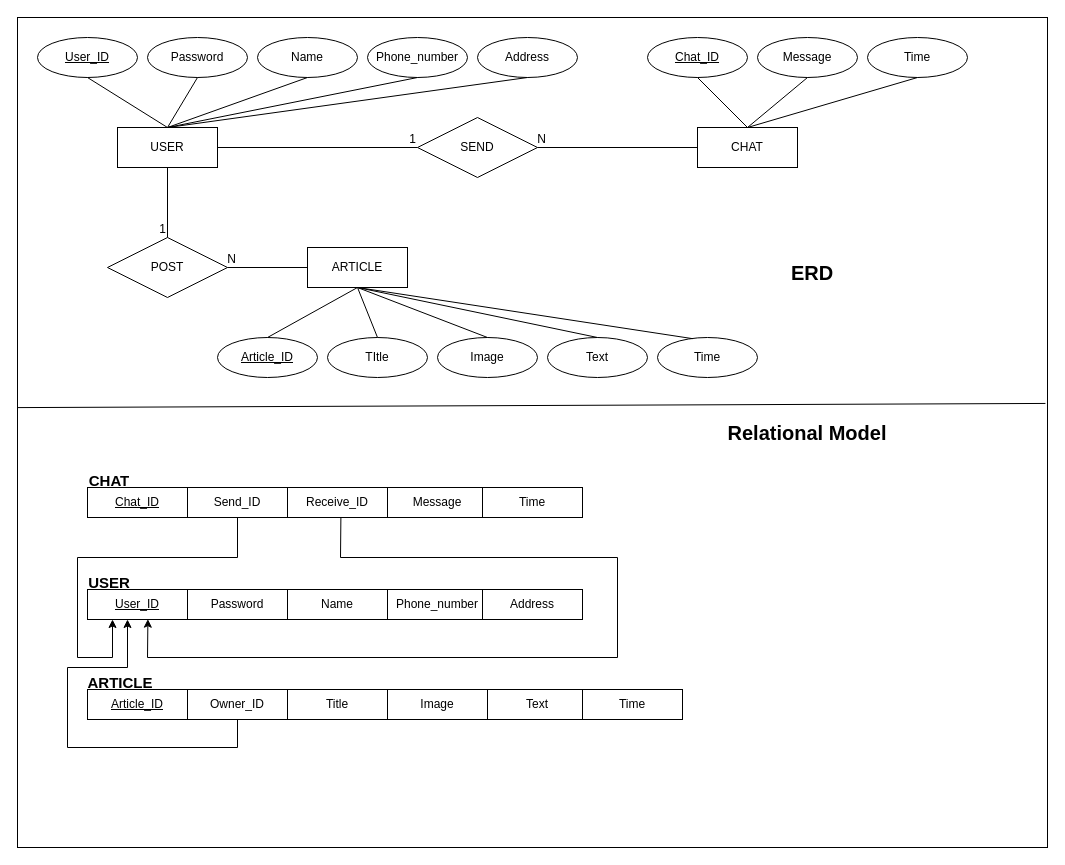
Above: Design/Data/EntityRelationshipDiagram.drawio in wjdfo/softwareDesign (draw.io), before the change. Source tidied: cells renumbered, new cells numbered last; positions are measured from the earlier drawing's top-left corner, leaving out a move shared by most shapes. Both pictures are drawn from the tidied source at 100%, with x=0, y=0 at pixel (17, 17).
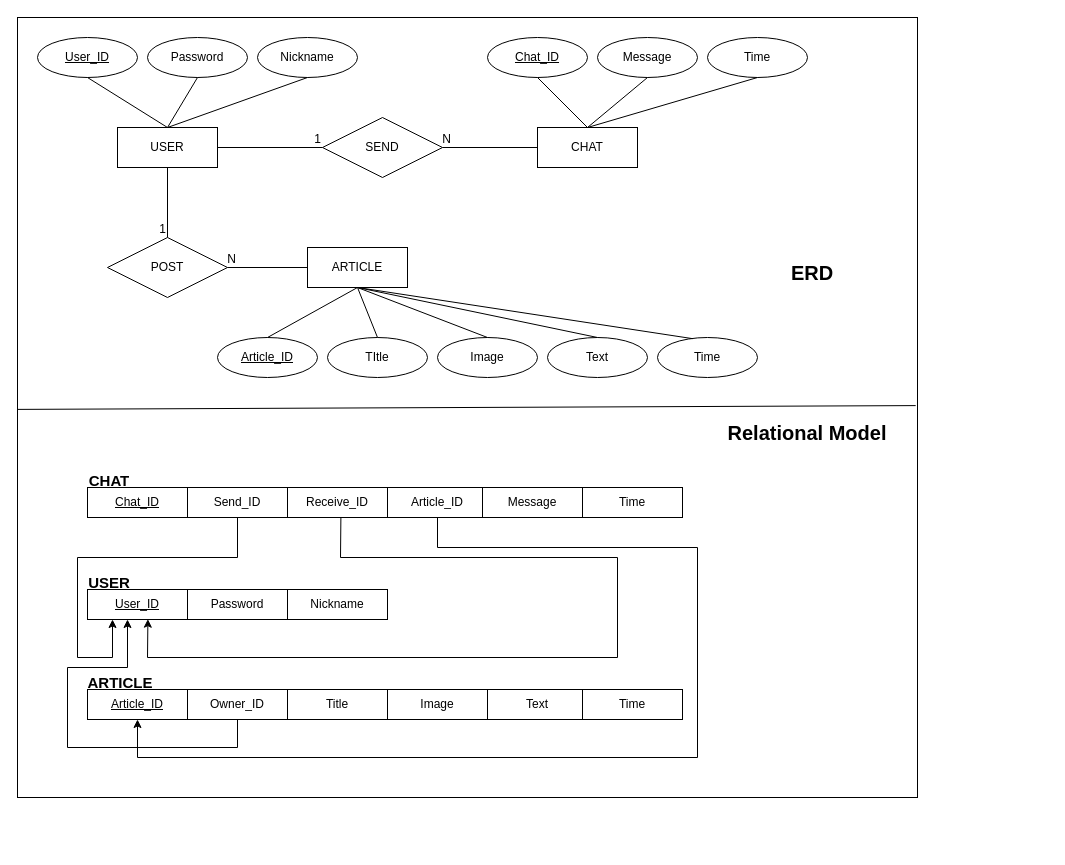
The same page after the edit.

The change refers to these unchanged cells:
```xml
<mxCell id="3" value="USER" style="whiteSpace=wrap;html=1;align=center;" parent="1" vertex="1">
  <mxGeometry x="100" y="110" width="100" height="40" as="geometry" />
</mxCell>
<mxCell id="55" value="&lt;u&gt;Article_ID&lt;/u&gt;" style="rounded=0;whiteSpace=wrap;html=1;" parent="1" vertex="1">
  <mxGeometry x="70" y="672" width="100" height="30" as="geometry" />
</mxCell>
```

Change to the diagram source:
```diff
@@
     <mxCell id="2" style="rounded=0;whiteSpace=wrap;html=1;" parent="1" vertex="1">
-      <mxGeometry width="1030" height="830" as="geometry" />
+      <mxGeometry width="900" height="780" as="geometry" />
     </mxCell>
@@
     <mxCell id="4" value="CHAT" style="whiteSpace=wrap;html=1;align=center;" parent="1" vertex="1">
-      <mxGeometry x="680" y="110" width="100" height="40" as="geometry" />
+      <mxGeometry x="520" y="110" width="100" height="40" as="geometry" />
     </mxCell>
@@
     <mxCell id="6" value="SEND" style="shape=rhombus;perimeter=rhombusPerimeter;whiteSpace=wrap;html=1;align=center;" parent="1" vertex="1">
-      <mxGeometry x="400" y="100" width="120" height="60" as="geometry" />
+      <mxGeometry x="305" y="100" width="120" height="60" as="geometry" />
     </mxCell>
@@
     <mxCell id="24" value="Message" style="ellipse;whiteSpace=wrap;html=1;align=center;" parent="1" vertex="1">
-      <mxGeometry x="740" y="20" width="100" height="40" as="geometry" />
+      <mxGeometry x="580" y="20" width="100" height="40" as="geometry" />
     </mxCell>
     <mxCell id="25" value="Chat_ID" style="ellipse;whiteSpace=wrap;html=1;align=center;fontStyle=4;" parent="1" vertex="1">
-      <mxGeometry x="630" y="20" width="100" height="40" as="geometry" />
+      <mxGeometry x="470" y="20" width="100" height="40" as="geometry" />
     </mxCell>
@@
     <mxCell id="28" value="Time" style="ellipse;whiteSpace=wrap;html=1;align=center;" parent="1" vertex="1">
-      <mxGeometry x="850" y="20" width="100" height="40" as="geometry" />
+      <mxGeometry x="690" y="20" width="100" height="40" as="geometry" />
     </mxCell>
@@
-    <mxCell id="32" value="Name" style="ellipse;whiteSpace=wrap;html=1;align=center;" parent="1" vertex="1">
+    <mxCell id="32" value="Nickname" style="ellipse;whiteSpace=wrap;html=1;align=center;" parent="1" vertex="1">
       <mxGeometry x="240" y="20" width="100" height="40" as="geometry" />
     </mxCell>
-    <mxCell id="33" value="Phone_number" style="ellipse;whiteSpace=wrap;html=1;align=center;" parent="1" vertex="1">
-      <mxGeometry x="350" y="20" width="100" height="40" as="geometry" />
-    </mxCell>
-    <mxCell id="34" value="Address" style="ellipse;whiteSpace=wrap;html=1;align=center;" parent="1" vertex="1">
-      <mxGeometry x="460" y="20" width="100" height="40" as="geometry" />
-    </mxCell>
@@
-    <mxCell id="38" style="endArrow=none;html=1;rounded=0;exitX=0.5;exitY=0;exitDx=0;exitDy=0;entryX=0.5;entryY=1;entryDx=0;entryDy=0;" parent="1" edge="1" source="3" target="33">
-      <mxGeometry relative="1" as="geometry" />
-    </mxCell>
-    <mxCell id="39" style="endArrow=none;html=1;rounded=0;exitX=0.5;exitY=0;exitDx=0;exitDy=0;entryX=0.5;entryY=1;entryDx=0;entryDy=0;" parent="1" edge="1" source="3" target="34">
-      <mxGeometry relative="1" as="geometry" />
-    </mxCell>
@@
-    <mxCell id="41" style="endArrow=none;html=1;rounded=0;exitX=0;exitY=0.47;exitDx=0;exitDy=0;exitPerimeter=0;entryX=0.998;entryY=0.465;entryDx=0;entryDy=0;entryPerimeter=0;" parent="1" edge="1" source="2" target="2">
-      <mxGeometry relative="1" as="geometry" />
+    <mxCell id="41" style="endArrow=none;html=1;rounded=0;exitX=0;exitY=0.47;exitDx=0;exitDy=0;exitPerimeter=0;entryX=0.998;entryY=0.465;entryDx=0;entryDy=0;entryPerimeter=0;" parent="1" edge="1">
+      <mxGeometry relative="1" as="geometry">
+        <mxPoint y="391.9" as="sourcePoint" />
+        <mxPoint x="898.2" y="388.1" as="targetPoint" />
+      </mxGeometry>
     </mxCell>
@@
-    <mxCell id="46" value="Message" style="rounded=0;whiteSpace=wrap;html=1;" parent="1" vertex="1">
+    <mxCell id="46" value="Article_ID" style="rounded=0;whiteSpace=wrap;html=1;" parent="1" vertex="1">
       <mxGeometry x="370" y="470" width="100" height="30" as="geometry" />
     </mxCell>
-    <mxCell id="47" value="Time" style="rounded=0;whiteSpace=wrap;html=1;" parent="1" vertex="1">
+    <mxCell id="47" value="Message" style="rounded=0;whiteSpace=wrap;html=1;" parent="1" vertex="1">
       <mxGeometry x="465" y="470" width="100" height="30" as="geometry" />
     </mxCell>
@@
-    <mxCell id="51" value="Name" style="rounded=0;whiteSpace=wrap;html=1;" parent="1" vertex="1">
+    <mxCell id="51" value="Nickname" style="rounded=0;whiteSpace=wrap;html=1;" parent="1" vertex="1">
       <mxGeometry x="270" y="572" width="100" height="30" as="geometry" />
     </mxCell>
-    <mxCell id="52" value="Phone_number" style="rounded=0;whiteSpace=wrap;html=1;" parent="1" vertex="1">
-      <mxGeometry x="370" y="572" width="100" height="30" as="geometry" />
-    </mxCell>
-    <mxCell id="53" value="Address" style="rounded=0;whiteSpace=wrap;html=1;" parent="1" vertex="1">
-      <mxGeometry x="465" y="572" width="100" height="30" as="geometry" />
-    </mxCell>
@@
+    <mxCell id="67" value="Time" style="rounded=0;whiteSpace=wrap;html=1;" parent="1" vertex="1">
+      <mxGeometry x="565" y="470" width="100" height="30" as="geometry" />
+    </mxCell>
+    <mxCell id="68" style="endArrow=classic;html=1;rounded=0;exitX=0.5;exitY=1;exitDx=0;exitDy=0;entryX=0.5;entryY=1;entryDx=0;entryDy=0;" parent="1" edge="1" source="46" target="55">
+      <mxGeometry relative="1" as="geometry">
+        <Array as="points">
+          <mxPoint x="420" y="530" />
+          <mxPoint x="680" y="530" />
+          <mxPoint x="680" y="740" />
+          <mxPoint x="120" y="740" />
+        </Array>
+      </mxGeometry>
+    </mxCell>
```
